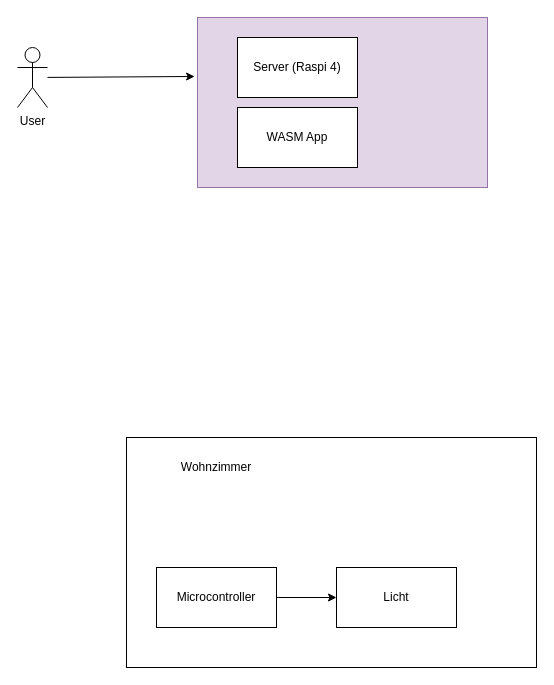
This is dashboard/HomeAutomation.drawio from Nerzal/homeautomation, a draw.io file, before an edit. Source tidied: cells renumbered, new cells numbered last; positions are measured from the earlier drawing's top-left corner, leaving out a move shared by most shapes. Both pictures are drawn from the tidied source at 100%, with x=0, y=0 at pixel (17, 17).
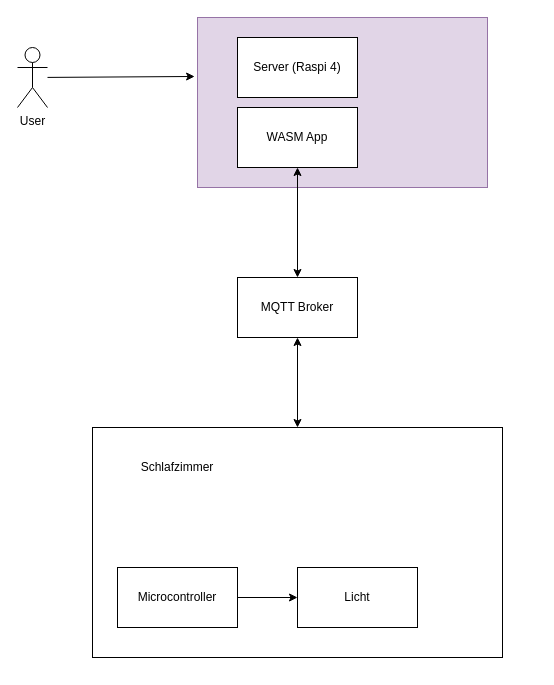
The same page after the edit.

Change to the diagram source:
```diff
@@
 <mxGraphModel>
   <root>
     <mxCell id="0" />
     <mxCell id="1" parent="0" />
     <mxCell id="2" style="rounded=0;whiteSpace=wrap;html=1;fillColor=#e1d5e7;strokeColor=#9673a6;" parent="1" vertex="1">
       <mxGeometry x="180" width="290" height="170" as="geometry" />
     </mxCell>
     <mxCell id="3" value="WASM App" style="rounded=0;whiteSpace=wrap;html=1;" parent="1" vertex="1">
       <mxGeometry x="220" y="90" width="120" height="60" as="geometry" />
     </mxCell>
     <mxCell id="4" value="User" style="shape=umlActor;verticalLabelPosition=bottom;verticalAlign=top;html=1;outlineConnect=0;" parent="1" vertex="1">
       <mxGeometry y="30" width="30" height="60" as="geometry" />
     </mxCell>
     <mxCell id="5" value="Server (Raspi 4)" style="rounded=0;whiteSpace=wrap;html=1;" parent="1" vertex="1">
       <mxGeometry x="220" y="20" width="120" height="60" as="geometry" />
     </mxCell>
     <mxCell id="6" style="endArrow=classic;html=1;entryX=-0.01;entryY=0.347;entryDx=0;entryDy=0;entryPerimeter=0;" parent="1" edge="1" source="4" target="2">
       <mxGeometry relative="1" as="geometry" />
     </mxCell>
     <mxCell id="7" value="&lt;div&gt;&lt;br&gt;&lt;/div&gt;" style="rounded=0;whiteSpace=wrap;html=1;" parent="1" vertex="1">
-      <mxGeometry x="109" y="420" width="410" height="230" as="geometry" />
+      <mxGeometry x="75" y="410" width="410" height="230" as="geometry" />
     </mxCell>
     <mxCell id="8" value="Microcontroller" style="rounded=0;whiteSpace=wrap;html=1;" parent="1" vertex="1">
-      <mxGeometry x="139" y="550" width="120" height="60" as="geometry" />
+      <mxGeometry x="100" y="550" width="120" height="60" as="geometry" />
     </mxCell>
     <mxCell id="9" value="Licht" style="rounded=0;whiteSpace=wrap;html=1;" parent="1" vertex="1">
-      <mxGeometry x="319" y="550" width="120" height="60" as="geometry" />
+      <mxGeometry x="280" y="550" width="120" height="60" as="geometry" />
     </mxCell>
     <mxCell id="10" style="endArrow=classic;html=1;exitX=1;exitY=0.5;exitDx=0;exitDy=0;entryX=0;entryY=0.5;entryDx=0;entryDy=0;" parent="1" edge="1" source="8" target="9">
       <mxGeometry relative="1" as="geometry" />
     </mxCell>
-    <mxCell id="11" value="Wohnzimmer" style="text;html=1;strokeColor=none;fillColor=none;align=center;verticalAlign=middle;whiteSpace=wrap;rounded=0;" parent="1" vertex="1">
-      <mxGeometry x="159" y="440" width="80" height="20" as="geometry" />
+    <mxCell id="11" value="Schlafzimmer" style="text;html=1;strokeColor=none;fillColor=none;align=center;verticalAlign=middle;whiteSpace=wrap;rounded=0;" parent="1" vertex="1">
+      <mxGeometry x="120" y="440" width="80" height="20" as="geometry" />
     </mxCell>
+    <mxCell id="12" value="MQTT Broker" style="rounded=0;whiteSpace=wrap;html=1;" parent="1" vertex="1">
+      <mxGeometry x="220" y="260" width="120" height="60" as="geometry" />
+    </mxCell>
+    <mxCell id="13" style="endArrow=classic;startArrow=classic;html=1;entryX=0.5;entryY=1;entryDx=0;entryDy=0;exitX=0.5;exitY=0;exitDx=0;exitDy=0;" parent="1" edge="1" source="12" target="3">
+      <mxGeometry relative="1" as="geometry" />
+    </mxCell>
+    <mxCell id="14" style="endArrow=classic;startArrow=classic;html=1;exitX=0.5;exitY=0;exitDx=0;exitDy=0;entryX=0.5;entryY=1;entryDx=0;entryDy=0;" parent="1" edge="1" source="7" target="12">
+      <mxGeometry relative="1" as="geometry" />
+    </mxCell>
   </root>
 </mxGraphModel>
```
